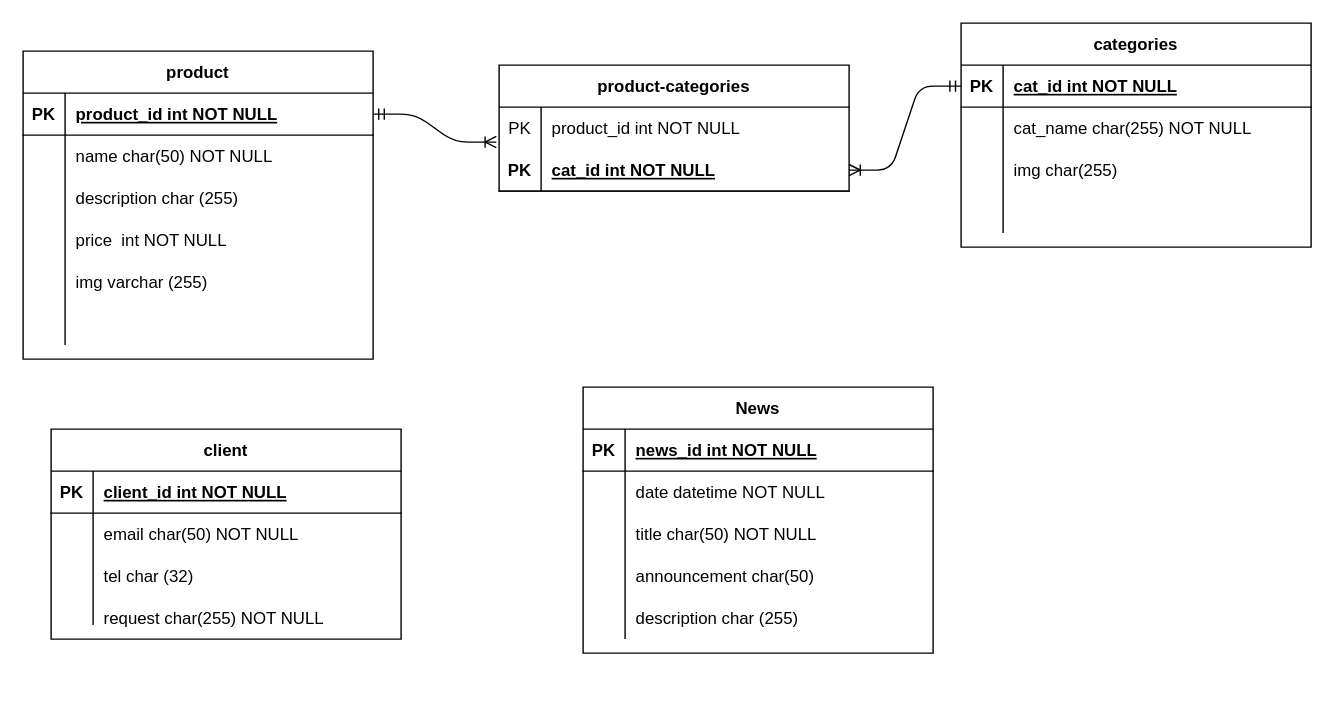
Before: Untitled Diagram.drawio in VadimBurdukov/itconstruct, a draw.io diagram. Source tidied: cells renumbered, new cells numbered last; positions are measured from the earlier drawing's top-left corner, leaving out a move shared by most shapes. Both pictures are drawn from the tidied source at 140%, with x=0, y=0 at pixel (22, 22).
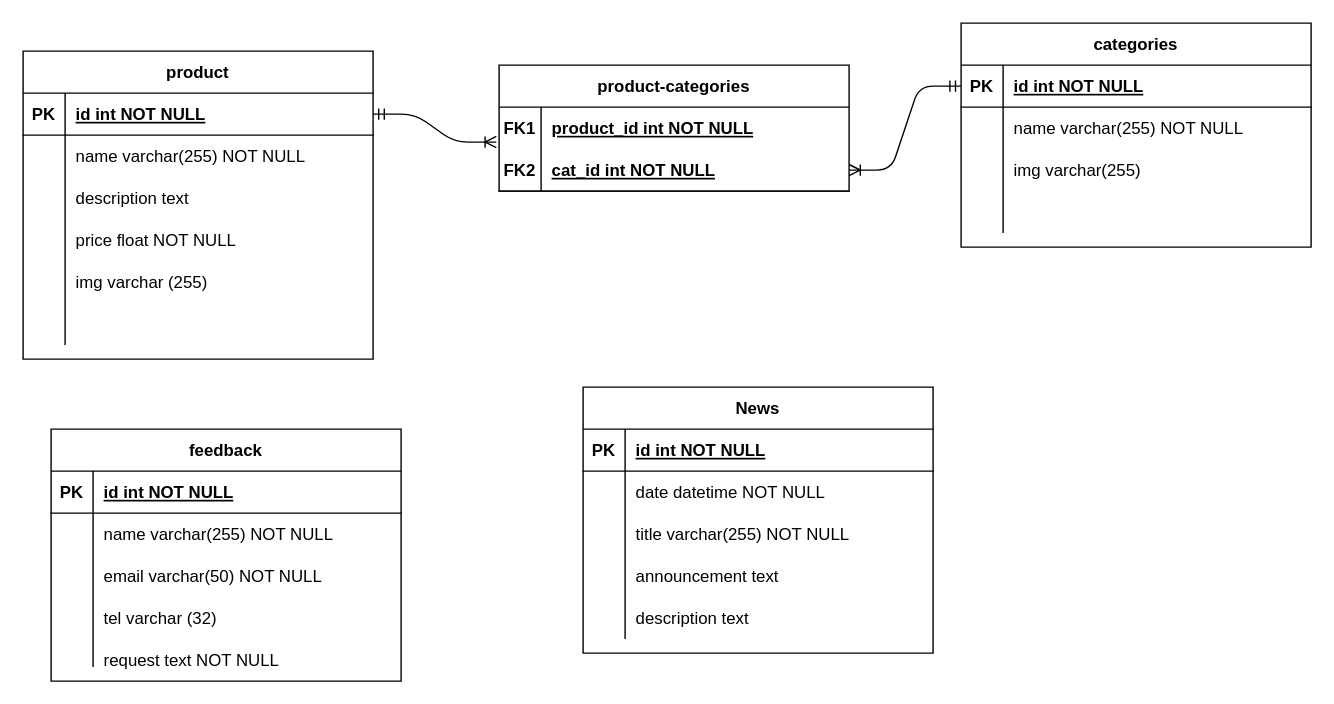
The same diagram, later.

The change refers to these unchanged cells:
```xml
<mxCell id="3" style="shape=partialRectangle;fillColor=none;points=[[0,0.5],[1,0.5]];portConstraint=eastwest;top=0;left=0;right=0;bottom=0;" parent="2" vertex="1">
  <mxGeometry y="30" width="250" height="30" as="geometry" />
</mxCell>
<mxCell id="6" style="shape=partialRectangle;fillColor=none;points=[[0,0.5],[1,0.5]];portConstraint=eastwest;top=0;left=0;right=0;bottom=1;" parent="2" vertex="1">
  <mxGeometry y="60" width="250" height="30" as="geometry" />
</mxCell>
<mxCell id="11" style="shape=partialRectangle;fillColor=none;points=[[0,0.5],[1,0.5]];portConstraint=eastwest;top=0;left=0;right=0;bottom=1;" parent="10" vertex="1">
  <mxGeometry y="30" width="250" height="30" as="geometry" />
</mxCell>
<mxCell id="14" style="shape=partialRectangle;fillColor=none;top=0;left=0;right=0;bottom=0;" parent="10" vertex="1">
  <mxGeometry y="60" width="250" height="30" as="geometry" />
</mxCell>
<mxCell id="17" style="shape=partialRectangle;fillColor=none;top=0;left=0;right=0;bottom=0;" parent="10" vertex="1">
  <mxGeometry y="90" width="250" height="30" as="geometry" />
</mxCell>
<mxCell id="20" style="shape=partialRectangle;fillColor=none;top=0;left=0;right=0;bottom=0;" parent="10" vertex="1">
  <mxGeometry y="120" width="250" height="30" as="geometry" />
</mxCell>
<mxCell id="30" style="shape=partialRectangle;fillColor=none;points=[[0,0.5],[1,0.5]];portConstraint=eastwest;top=0;left=0;right=0;bottom=1;" parent="29" vertex="1">
  <mxGeometry y="30" width="250" height="30" as="geometry" />
</mxCell>
<mxCell id="33" style="shape=partialRectangle;fillColor=none;top=0;left=0;right=0;bottom=0;" parent="29" vertex="1">
  <mxGeometry y="60" width="250" height="30" as="geometry" />
</mxCell>
<mxCell id="36" style="shape=partialRectangle;fillColor=none;top=0;left=0;right=0;bottom=0;" parent="29" vertex="1">
  <mxGeometry y="90" width="250" height="30" as="geometry" />
</mxCell>
<mxCell id="44" style="shape=partialRectangle;fillColor=none;top=0;left=0;right=0;bottom=1;" parent="43" vertex="1">
  <mxGeometry y="30" width="250" height="30" as="geometry" />
</mxCell>
<mxCell id="58" style="shape=partialRectangle;fillColor=none;top=0;left=0;right=0;bottom=1;" parent="57" vertex="1">
  <mxGeometry y="30" width="250" height="30" as="geometry" />
</mxCell>
<mxCell id="64" style="shape=partialRectangle;fillColor=none;top=0;left=0;right=0;bottom=0;" parent="57" vertex="1">
  <mxGeometry y="90" width="250" height="30" as="geometry" />
</mxCell>
<mxCell id="67" style="shape=partialRectangle;fillColor=none;top=0;left=0;right=0;bottom=0;" parent="57" vertex="1">
  <mxGeometry y="120" width="250" height="30" as="geometry" />
</mxCell>
<mxCell id="70" style="shape=partialRectangle;fillColor=none;top=0;left=0;right=0;bottom=0;" parent="57" vertex="1">
  <mxGeometry y="150" width="250" height="30" as="geometry" />
</mxCell>
```

The edit, as a diff of the source:
```diff
@@
-    <mxCell id="4" value="PK" style="shape=partialRectangle;overflow=hidden;fillColor=none;top=0;left=0;bottom=0;right=0;" parent="3" vertex="1">
+    <mxCell id="4" value="FK1" style="shape=partialRectangle;overflow=hidden;fillColor=none;top=0;left=0;bottom=0;right=0;fontStyle=1;" parent="3" vertex="1">
       <mxGeometry width="30" height="30" as="geometry" />
     </mxCell>
-    <mxCell id="5" value="product_id int NOT NULL" style="shape=partialRectangle;overflow=hidden;fillColor=none;top=0;left=0;bottom=0;right=0;align=left;spacingLeft=6;" parent="3" vertex="1">
+    <mxCell id="5" value="product_id int NOT NULL" style="shape=partialRectangle;overflow=hidden;fillColor=none;top=0;left=0;bottom=0;right=0;align=left;spacingLeft=6;fontStyle=5;" parent="3" vertex="1">
       <mxGeometry x="30" width="220" height="30" as="geometry" />
     </mxCell>
@@
-    <mxCell id="7" value="PK" style="shape=partialRectangle;overflow=hidden;fillColor=none;top=0;left=0;bottom=0;right=0;fontStyle=1;" parent="6" vertex="1">
+    <mxCell id="7" value="FK2" style="shape=partialRectangle;overflow=hidden;fillColor=none;top=0;left=0;bottom=0;right=0;fontStyle=1;" parent="6" vertex="1">
       <mxGeometry width="30" height="30" as="geometry" />
     </mxCell>
@@
-    <mxCell id="13" value="product_id int NOT NULL " style="shape=partialRectangle;overflow=hidden;fillColor=none;top=0;left=0;bottom=0;right=0;align=left;spacingLeft=6;fontStyle=5;" parent="11" vertex="1">
+    <mxCell id="13" value="id int NOT NULL " style="shape=partialRectangle;overflow=hidden;fillColor=none;top=0;left=0;bottom=0;right=0;align=left;spacingLeft=6;fontStyle=5;" parent="11" vertex="1">
       <mxGeometry x="30" width="220" height="30" as="geometry" />
     </mxCell>
@@
-    <mxCell id="16" value="name char(50) NOT NULL" style="shape=partialRectangle;overflow=hidden;fillColor=none;top=0;left=0;bottom=0;right=0;align=left;spacingLeft=6;" parent="14" vertex="1">
+    <mxCell id="16" value="name varchar(255) NOT NULL" style="shape=partialRectangle;overflow=hidden;fillColor=none;top=0;left=0;bottom=0;right=0;align=left;spacingLeft=6;" parent="14" vertex="1">
       <mxGeometry x="30" width="220" height="30" as="geometry" />
     </mxCell>
@@
-    <mxCell id="19" value="description char (255)" style="shape=partialRectangle;overflow=hidden;fillColor=none;top=0;left=0;bottom=0;right=0;align=left;spacingLeft=6;" parent="17" vertex="1">
+    <mxCell id="19" value="description text" style="shape=partialRectangle;overflow=hidden;fillColor=none;top=0;left=0;bottom=0;right=0;align=left;spacingLeft=6;" parent="17" vertex="1">
       <mxGeometry x="30" width="220" height="30" as="geometry" />
     </mxCell>
@@
-    <mxCell id="22" value="price  int NOT NULL" style="shape=partialRectangle;overflow=hidden;fillColor=none;top=0;left=0;bottom=0;right=0;align=left;spacingLeft=6;" parent="20" vertex="1">
+    <mxCell id="22" value="price float NOT NULL" style="shape=partialRectangle;overflow=hidden;fillColor=none;top=0;left=0;bottom=0;right=0;align=left;spacingLeft=6;" parent="20" vertex="1">
       <mxGeometry x="30" width="220" height="30" as="geometry" />
     </mxCell>
@@
-    <mxCell id="32" value="cat_id int NOT NULL " style="shape=partialRectangle;overflow=hidden;fillColor=none;top=0;left=0;bottom=0;right=0;align=left;spacingLeft=6;fontStyle=5;" parent="30" vertex="1">
+    <mxCell id="32" value="id int NOT NULL " style="shape=partialRectangle;overflow=hidden;fillColor=none;top=0;left=0;bottom=0;right=0;align=left;spacingLeft=6;fontStyle=5;" parent="30" vertex="1">
       <mxGeometry x="30" width="220" height="30" as="geometry" />
     </mxCell>
@@
-    <mxCell id="35" value="cat_name char(255) NOT NULL" style="shape=partialRectangle;overflow=hidden;fillColor=none;top=0;left=0;bottom=0;right=0;align=left;spacingLeft=6;" parent="33" vertex="1">
+    <mxCell id="35" value="name varchar(255) NOT NULL" style="shape=partialRectangle;overflow=hidden;fillColor=none;top=0;left=0;bottom=0;right=0;align=left;spacingLeft=6;" parent="33" vertex="1">
       <mxGeometry x="30" width="220" height="30" as="geometry" />
     </mxCell>
@@
-    <mxCell id="38" value="img char(255)" style="shape=partialRectangle;overflow=hidden;fillColor=none;top=0;left=0;bottom=0;right=0;align=left;spacingLeft=6;" parent="36" vertex="1">
+    <mxCell id="38" value="img varchar(255)" style="shape=partialRectangle;overflow=hidden;fillColor=none;top=0;left=0;bottom=0;right=0;align=left;spacingLeft=6;" parent="36" vertex="1">
       <mxGeometry x="30" width="220" height="30" as="geometry" />
     </mxCell>
@@
-    <mxCell id="43" value="client" style="shape=table;startSize=30;childLayout=tableLayout;rowLines=0;fontStyle=1;align=center;" parent="1" vertex="1">
-      <mxGeometry x="20" y="290" width="250" height="150" as="geometry" />
+    <mxCell id="43" value="feedback" style="shape=table;startSize=30;childLayout=tableLayout;rowLines=0;fontStyle=1;align=center;" parent="1" vertex="1">
+      <mxGeometry x="20" y="290" width="250" height="180" as="geometry" />
     </mxCell>
@@
-    <mxCell id="46" value="client_id int NOT NULL " style="shape=partialRectangle;overflow=hidden;fillColor=none;top=0;left=0;bottom=0;right=0;align=left;spacingLeft=6;fontStyle=5;" parent="44" vertex="1">
+    <mxCell id="46" value="id int NOT NULL " style="shape=partialRectangle;overflow=hidden;fillColor=none;top=0;left=0;bottom=0;right=0;align=left;spacingLeft=6;fontStyle=5;" parent="44" vertex="1">
       <mxGeometry x="30" width="220" height="30" as="geometry" />
     </mxCell>
+    <mxCell id="73" style="shape=partialRectangle;fillColor=none;top=0;left=0;right=0;bottom=0;" parent="43" vertex="1">
+      <mxGeometry y="60" width="250" height="30" as="geometry" />
+    </mxCell>
+    <mxCell id="74" style="shape=partialRectangle;overflow=hidden;fillColor=none;top=0;left=0;bottom=0;right=0;" parent="73" vertex="1">
+      <mxGeometry width="30" height="30" as="geometry" />
+    </mxCell>
+    <mxCell id="75" value="name varchar(255) NOT NULL" style="shape=partialRectangle;overflow=hidden;fillColor=none;top=0;left=0;bottom=0;right=0;align=left;spacingLeft=6;" parent="73" vertex="1">
+      <mxGeometry x="30" width="220" height="30" as="geometry" />
+    </mxCell>
     <mxCell id="47" style="shape=partialRectangle;fillColor=none;top=0;left=0;right=0;bottom=0;" parent="43" vertex="1">
-      <mxGeometry y="60" width="250" height="30" as="geometry" />
+      <mxGeometry y="90" width="250" height="30" as="geometry" />
     </mxCell>
@@
-    <mxCell id="49" value="email char(50) NOT NULL" style="shape=partialRectangle;overflow=hidden;fillColor=none;top=0;left=0;bottom=0;right=0;align=left;spacingLeft=6;" parent="47" vertex="1">
+    <mxCell id="49" value="email varchar(50) NOT NULL" style="shape=partialRectangle;overflow=hidden;fillColor=none;top=0;left=0;bottom=0;right=0;align=left;spacingLeft=6;" parent="47" vertex="1">
       <mxGeometry x="30" width="220" height="30" as="geometry" />
     </mxCell>
     <mxCell id="50" style="shape=partialRectangle;fillColor=none;top=0;left=0;right=0;bottom=0;" parent="43" vertex="1">
-      <mxGeometry y="90" width="250" height="30" as="geometry" />
+      <mxGeometry y="120" width="250" height="30" as="geometry" />
     </mxCell>
@@
-    <mxCell id="52" value="tel char (32) " style="shape=partialRectangle;overflow=hidden;fillColor=none;top=0;left=0;bottom=0;right=0;align=left;spacingLeft=6;" parent="50" vertex="1">
+    <mxCell id="52" value="tel varchar (32) " style="shape=partialRectangle;overflow=hidden;fillColor=none;top=0;left=0;bottom=0;right=0;align=left;spacingLeft=6;" parent="50" vertex="1">
       <mxGeometry x="30" width="220" height="30" as="geometry" />
     </mxCell>
     <mxCell id="53" style="shape=partialRectangle;fillColor=none;top=0;left=0;right=0;bottom=0;" parent="43" vertex="1">
-      <mxGeometry y="120" width="250" height="20" as="geometry" />
+      <mxGeometry y="150" width="250" height="20" as="geometry" />
     </mxCell>
@@
-    <mxCell id="56" value="request char(255) NOT NULL" style="shape=partialRectangle;overflow=hidden;fillColor=none;top=0;left=0;bottom=0;right=0;align=left;spacingLeft=6;" parent="1" vertex="1">
-      <mxGeometry x="50" y="410" width="220" height="30" as="geometry" />
+    <mxCell id="56" value="request text NOT NULL" style="shape=partialRectangle;overflow=hidden;fillColor=none;top=0;left=0;bottom=0;right=0;align=left;spacingLeft=6;" parent="1" vertex="1">
+      <mxGeometry x="50" y="440" width="220" height="30" as="geometry" />
     </mxCell>
@@
-    <mxCell id="60" value="news_id int NOT NULL " style="shape=partialRectangle;overflow=hidden;fillColor=none;top=0;left=0;bottom=0;right=0;align=left;spacingLeft=6;fontStyle=5;" parent="58" vertex="1">
+    <mxCell id="60" value="id int NOT NULL " style="shape=partialRectangle;overflow=hidden;fillColor=none;top=0;left=0;bottom=0;right=0;align=left;spacingLeft=6;fontStyle=5;" parent="58" vertex="1">
       <mxGeometry x="30" width="220" height="30" as="geometry" />
     </mxCell>
@@
-    <mxCell id="66" value="title char(50) NOT NULL" style="shape=partialRectangle;overflow=hidden;fillColor=none;top=0;left=0;bottom=0;right=0;align=left;spacingLeft=6;" parent="64" vertex="1">
+    <mxCell id="66" value="title varchar(255) NOT NULL" style="shape=partialRectangle;overflow=hidden;fillColor=none;top=0;left=0;bottom=0;right=0;align=left;spacingLeft=6;" parent="64" vertex="1">
       <mxGeometry x="30" width="220" height="30" as="geometry" />
     </mxCell>
@@
-    <mxCell id="69" value="announcement char(50)" style="shape=partialRectangle;overflow=hidden;fillColor=none;top=0;left=0;bottom=0;right=0;align=left;spacingLeft=6;" parent="67" vertex="1">
+    <mxCell id="69" value="announcement text" style="shape=partialRectangle;overflow=hidden;fillColor=none;top=0;left=0;bottom=0;right=0;align=left;spacingLeft=6;" parent="67" vertex="1">
       <mxGeometry x="30" width="220" height="30" as="geometry" />
     </mxCell>
@@
-    <mxCell id="72" value="description char (255)" style="shape=partialRectangle;overflow=hidden;fillColor=none;top=0;left=0;bottom=0;right=0;align=left;spacingLeft=6;" parent="70" vertex="1">
+    <mxCell id="72" value="description text" style="shape=partialRectangle;overflow=hidden;fillColor=none;top=0;left=0;bottom=0;right=0;align=left;spacingLeft=6;" parent="70" vertex="1">
       <mxGeometry x="30" width="220" height="30" as="geometry" />
     </mxCell>
```
